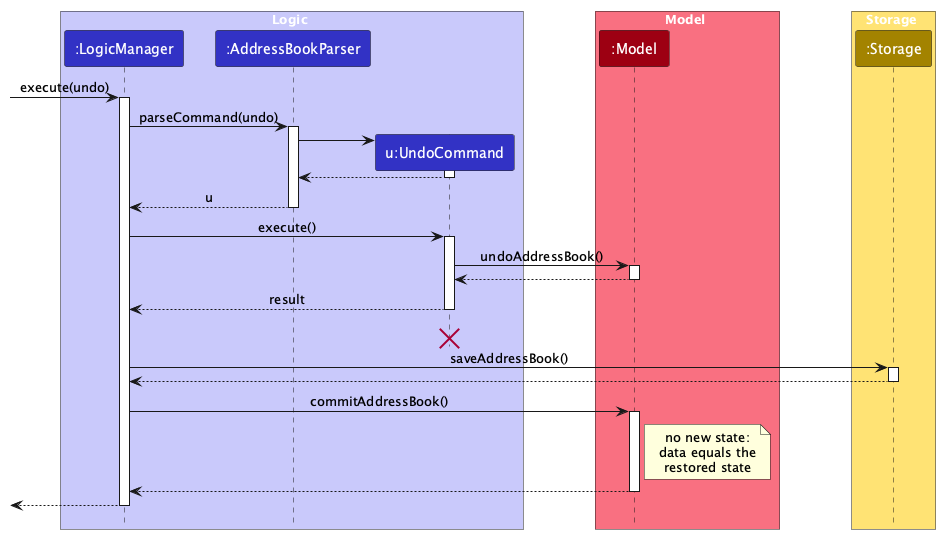
Earlier version of the PlantUML export docs/images/UndoSequenceDiagram-Logic.png (AY2627S1-CS2103T-T10-3/tp). Its diagram source:
```plantuml
@startuml
!include style.puml
skinparam ArrowFontStyle plain
skinparam BoxPadding 30

box Logic LOGIC_COLOR_T1
participant ":LogicManager" as LogicManager LOGIC_COLOR
participant ":AddressBookParser" as AddressBookParser LOGIC_COLOR
participant "u:UndoCommand" as UndoCommand LOGIC_COLOR
end box

box Model MODEL_COLOR_T1
participant ":Model" as Model MODEL_COLOR
end box

box Storage STORAGE_COLOR_T1
participant ":Storage" as Storage STORAGE_COLOR
end box
[-> LogicManager : execute(undo)
activate LogicManager

LogicManager -> AddressBookParser : parseCommand(undo)
activate AddressBookParser

create UndoCommand
AddressBookParser -> UndoCommand
activate UndoCommand

UndoCommand --> AddressBookParser
deactivate UndoCommand

AddressBookParser --> LogicManager : u
deactivate AddressBookParser

LogicManager -> UndoCommand : execute()
activate UndoCommand

UndoCommand -> Model : undoAddressBook()
activate Model

Model --> UndoCommand
deactivate Model

UndoCommand --> LogicManager : result
deactivate UndoCommand
UndoCommand -[hidden]-> LogicManager : result
destroy UndoCommand

LogicManager -> Storage : saveAddressBook()
activate Storage

Storage --> LogicManager
deactivate Storage

LogicManager -> Model : commitAddressBook()
activate Model

note right of Model : no new state:\ndata equals the\nrestored state
Model --> LogicManager
deactivate Model

[<--LogicManager
deactivate LogicManager
@enduml
```
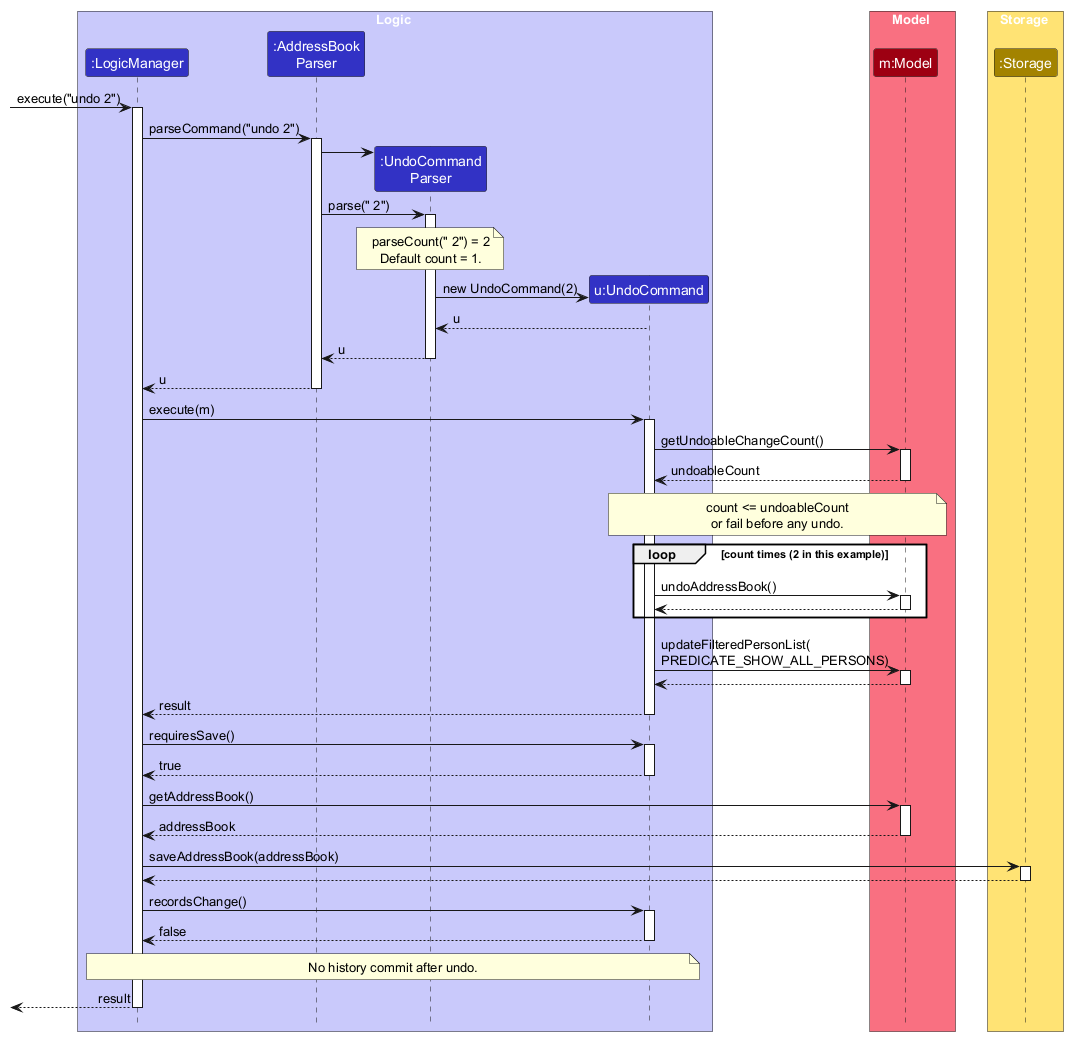
Above is the later version.

Diff of the diagram source:
```diff
@@ -1,64 +1,91 @@
 @startuml
 !include style.puml
 skinparam ArrowFontStyle plain
-skinparam BoxPadding 30
+skinparam sequenceMessageAlign left
+skinparam BoxPadding 10
+<style>
+participant {
+    Padding 5
+}
+</style>
 
 box Logic LOGIC_COLOR_T1
 participant ":LogicManager" as LogicManager LOGIC_COLOR
-participant ":AddressBookParser" as AddressBookParser LOGIC_COLOR
+participant ":AddressBook\nParser" as AddressBookParser LOGIC_COLOR
+participant ":UndoCommand\nParser" as UndoCommandParser LOGIC_COLOR
 participant "u:UndoCommand" as UndoCommand LOGIC_COLOR
 end box
 
 box Model MODEL_COLOR_T1
-participant ":Model" as Model MODEL_COLOR
+participant "m:Model" as Model MODEL_COLOR
 end box
 
 box Storage STORAGE_COLOR_T1
 participant ":Storage" as Storage STORAGE_COLOR
 end box
-[-> LogicManager : execute(undo)
+
+[-> LogicManager : execute("undo 2")
 activate LogicManager
-
-LogicManager -> AddressBookParser : parseCommand(undo)
+LogicManager -> AddressBookParser : parseCommand("undo 2")
 activate AddressBookParser
-
+create UndoCommandParser
+AddressBookParser -> UndoCommandParser
+AddressBookParser -> UndoCommandParser : parse(" 2")
+activate UndoCommandParser
+note over UndoCommandParser
+parseCount(" 2") = 2
+Default count = 1.
+end note
 create UndoCommand
-AddressBookParser -> UndoCommand
-activate UndoCommand
-
-UndoCommand --> AddressBookParser
-deactivate UndoCommand
-
+UndoCommandParser -> UndoCommand : new UndoCommand(2)
+UndoCommandParser <-- UndoCommand : u
+UndoCommandParser --> AddressBookParser : u
+deactivate UndoCommandParser
 AddressBookParser --> LogicManager : u
 deactivate AddressBookParser
 
-LogicManager -> UndoCommand : execute()
+LogicManager -> UndoCommand : execute(m)
 activate UndoCommand
-
-UndoCommand -> Model : undoAddressBook()
+UndoCommand -> Model : getUndoableChangeCount()
 activate Model
-
+Model --> UndoCommand : undoableCount
+deactivate Model
+note over UndoCommand, Model
+count <= undoableCount
+or fail before any undo.
+end note
+loop count times (2 in this example)
+    UndoCommand -> Model : undoAddressBook()
+    activate Model
+    Model --> UndoCommand
+    deactivate Model
+end
+UndoCommand -> Model : updateFilteredPersonList(\nPREDICATE_SHOW_ALL_PERSONS)
+activate Model
 Model --> UndoCommand
 deactivate Model
-
 UndoCommand --> LogicManager : result
 deactivate UndoCommand
-UndoCommand -[hidden]-> LogicManager : result
-destroy UndoCommand
 
-LogicManager -> Storage : saveAddressBook()
+LogicManager -> UndoCommand : requiresSave()
+activate UndoCommand
+UndoCommand --> LogicManager : true
+deactivate UndoCommand
+LogicManager -> Model : getAddressBook()
+activate Model
+Model --> LogicManager : addressBook
+deactivate Model
+LogicManager -> Storage : saveAddressBook(addressBook)
 activate Storage
-
 Storage --> LogicManager
 deactivate Storage
-
-LogicManager -> Model : commitAddressBook()
-activate Model
-
-note right of Model : no new state:\ndata equals the\nrestored state
-Model --> LogicManager
-deactivate Model
-
-[<--LogicManager
+LogicManager -> UndoCommand : recordsChange()
+activate UndoCommand
+UndoCommand --> LogicManager : false
+deactivate UndoCommand
+note over LogicManager, UndoCommand
+No history commit after undo.
+end note
+[<-- LogicManager : result
 deactivate LogicManager
 @enduml
```
